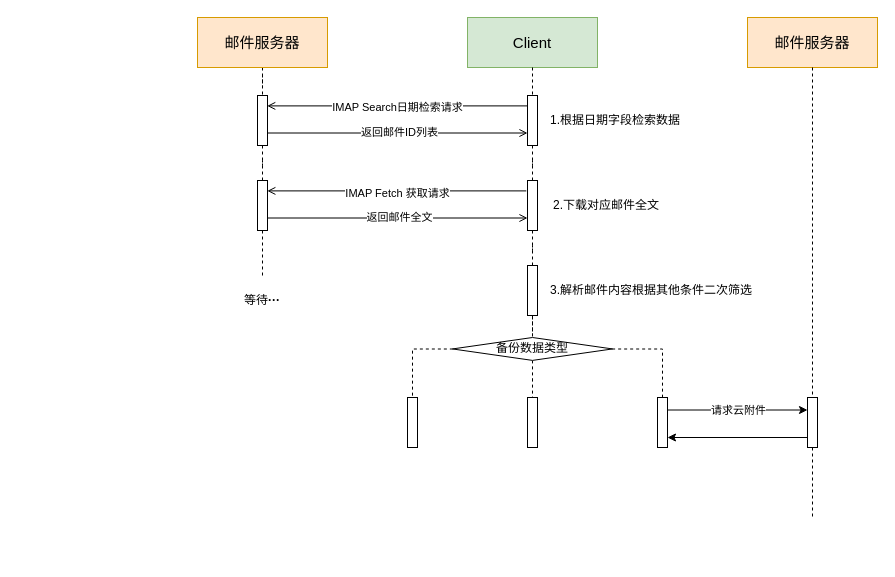
Above: page "第 21 页" (21 of 21) of 架构图1.drawio in GreenTee-color/Documents (draw.io), before the change. Source tidied: cells renumbered, new cells numbered last; positions are measured from the earlier drawing's top-left corner, leaving out a move shared by most shapes. Both pictures are drawn from the tidied source at 100%, with x=0, y=0 at pixel (197, 17).
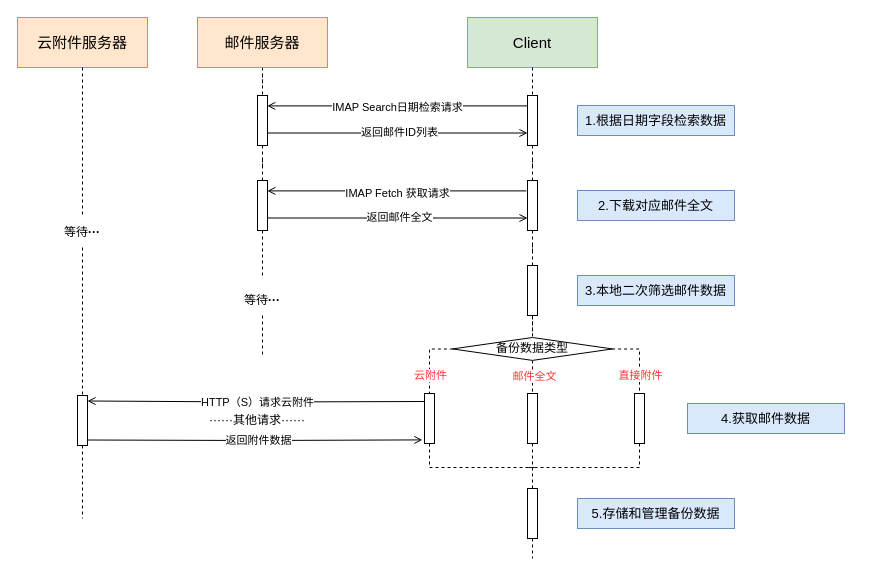
The same diagram, later.

Commit message:
更新架构图1.drawio

The change refers to these unchanged cells:
```xml
<mxCell id="27" value="等待&lt;b&gt;···&lt;/b&gt;" style="text;html=1;align=center;verticalAlign=middle;whiteSpace=wrap;rounded=0;" parent="1" vertex="1">
  <mxGeometry x="40" y="268" width="50" height="30" as="geometry" />
</mxCell>
<mxCell id="28" style="edgeStyle=orthogonalEdgeStyle;rounded=0;jettySize=auto;html=1;entryX=0.5;entryY=0;entryDx=0;entryDy=0;endArrow=none;endFill=0;dashed=1;" parent="1" edge="1" source="31" target="32">
  <mxGeometry relative="1" as="geometry" />
</mxCell>
<mxCell id="29" style="edgeStyle=orthogonalEdgeStyle;rounded=0;jettySize=auto;html=1;entryX=0.5;entryY=0;entryDx=0;entryDy=0;endArrow=none;endFill=0;dashed=1;" parent="1" edge="1" source="31" target="35">
  <mxGeometry relative="1" as="geometry" />
</mxCell>
<mxCell id="30" style="edgeStyle=orthogonalEdgeStyle;rounded=0;jettySize=auto;html=1;entryX=0.5;entryY=0;entryDx=0;entryDy=0;endArrow=none;endFill=0;dashed=1;" parent="1" edge="1" source="31" target="36">
  <mxGeometry relative="1" as="geometry" />
</mxCell>
```

The edit, as a diff of the source:
```diff
@@
-    <mxCell id="12" value="1.根据日期字段&lt;span style=&quot;background-color: initial;&quot;&gt;检索数据&lt;/span&gt;" style="text;html=1;align=left;verticalAlign=middle;whiteSpace=wrap;rounded=0;" parent="1" vertex="1">
-      <mxGeometry x="351" y="88" width="206" height="30" as="geometry" />
+    <mxCell id="12" value="1.根据日期字段&lt;span style=&quot;background-color: initial; font-size: 13px;&quot;&gt;检索数据&lt;/span&gt;" style="text;html=1;align=center;verticalAlign=middle;whiteSpace=wrap;rounded=0;fontSize=13;fillColor=#dae8fc;strokeColor=#6c8ebf;" parent="1" vertex="1">
+      <mxGeometry x="380" y="88" width="157" height="30" as="geometry" />
     </mxCell>
@@
-    <mxCell id="21" value="2.下载对应&lt;span style=&quot;background-color: initial;&quot;&gt;邮件全文&lt;/span&gt;" style="text;html=1;align=left;verticalAlign=middle;whiteSpace=wrap;rounded=0;" parent="1" vertex="1">
-      <mxGeometry x="354" y="173" width="117" height="30" as="geometry" />
+    <mxCell id="21" value="2.下载对应&lt;span style=&quot;background-color: initial; font-size: 13px;&quot;&gt;邮件全文&lt;/span&gt;" style="text;html=1;align=center;verticalAlign=middle;whiteSpace=wrap;rounded=0;fontSize=13;fillColor=#dae8fc;strokeColor=#6c8ebf;" parent="1" vertex="1">
+      <mxGeometry x="380" y="173" width="157" height="30" as="geometry" />
     </mxCell>
-    <mxCell id="22" value="3.解析邮件内容根据其他条件二次筛选" style="text;html=1;align=left;verticalAlign=middle;whiteSpace=wrap;rounded=0;" parent="1" vertex="1">
-      <mxGeometry x="351" y="258" width="226" height="30" as="geometry" />
+    <mxCell id="22" value="3.本地二次筛选邮件数据" style="text;html=1;align=center;verticalAlign=middle;whiteSpace=wrap;rounded=0;fontSize=13;fillColor=#dae8fc;strokeColor=#6c8ebf;" parent="1" vertex="1">
+      <mxGeometry x="380" y="258" width="157" height="30" as="geometry" />
     </mxCell>
@@
+    <mxCell id="42" style="edgeStyle=orthogonalEdgeStyle;rounded=0;jettySize=auto;html=1;dashed=1;endArrow=none;endFill=0;" parent="1" edge="1" source="27">
+      <mxGeometry relative="1" as="geometry">
+        <mxPoint x="65" y="340" as="targetPoint" />
+      </mxGeometry>
+    </mxCell>
@@
+    <mxCell id="43" value="邮件全文" style="edgeLabel;html=1;align=center;verticalAlign=middle;fontColor=#FF3333;" parent="28" vertex="1">
+      <mxGeometry x="0.52" relative="1" as="geometry">
+        <mxPoint x="1" y="-7" as="offset" />
+      </mxGeometry>
+    </mxCell>
@@
+    <mxCell id="44" value="云附件" style="edgeLabel;html=1;align=center;verticalAlign=middle;fontColor=#FF3333;" parent="29" vertex="1">
+      <mxGeometry x="0.36" relative="1" as="geometry">
+        <mxPoint y="3" as="offset" />
+      </mxGeometry>
+    </mxCell>
@@
+    <mxCell id="45" value="直接附件" style="edgeLabel;html=1;align=center;verticalAlign=middle;fontColor=#FF3333;" parent="30" vertex="1">
+      <mxGeometry x="0.43" relative="1" as="geometry">
+        <mxPoint y="2" as="offset" />
+      </mxGeometry>
+    </mxCell>
@@
+    <mxCell id="46" style="edgeStyle=orthogonalEdgeStyle;rounded=0;jettySize=auto;html=1;entryX=0.5;entryY=0;entryDx=0;entryDy=0;endArrow=none;endFill=0;dashed=1;" parent="1" edge="1" source="32" target="51">
+      <mxGeometry relative="1" as="geometry" />
+    </mxCell>
     <mxCell id="32" style="rounded=0;whiteSpace=wrap;html=1;" parent="1" vertex="1">
-      <mxGeometry x="330" y="380" width="10" height="50" as="geometry" />
+      <mxGeometry x="330" y="376" width="10" height="50" as="geometry" />
     </mxCell>
+    <mxCell id="47" style="edgeStyle=orthogonalEdgeStyle;rounded=0;jettySize=auto;html=1;endArrow=none;endFill=0;dashed=1;" parent="1" edge="1" source="35">
+      <mxGeometry relative="1" as="geometry">
+        <mxPoint x="340" y="450" as="targetPoint" />
+        <Array as="points">
+          <mxPoint x="232" y="450" />
+        </Array>
+      </mxGeometry>
+    </mxCell>
+    <mxCell id="35" style="rounded=0;whiteSpace=wrap;html=1;" parent="1" vertex="1">
+      <mxGeometry x="227" y="376" width="10" height="50" as="geometry" />
+    </mxCell>
+    <mxCell id="48" style="edgeStyle=orthogonalEdgeStyle;rounded=0;jettySize=auto;html=1;endArrow=none;endFill=0;dashed=1;" parent="1" edge="1" source="36">
+      <mxGeometry relative="1" as="geometry">
+        <mxPoint x="330" y="450" as="targetPoint" />
+        <Array as="points">
+          <mxPoint x="442" y="450" />
+        </Array>
+      </mxGeometry>
+    </mxCell>
+    <mxCell id="36" style="rounded=0;whiteSpace=wrap;html=1;" parent="1" vertex="1">
+      <mxGeometry x="437" y="376" width="10" height="50" as="geometry" />
+    </mxCell>
+    <mxCell id="40" style="edgeStyle=orthogonalEdgeStyle;rounded=0;orthogonalLoop=1;jettySize=auto;html=1;endArrow=open;endFill=0;exitX=1;exitY=0.75;exitDx=0;exitDy=0;entryX=-0.208;entryY=0.787;entryDx=0;entryDy=0;entryPerimeter=0;" parent="1" edge="1">
+      <mxGeometry relative="1" as="geometry">
+        <mxPoint x="-110" y="422.5" as="sourcePoint" />
+        <mxPoint x="224.9" y="422.4" as="targetPoint" />
+      </mxGeometry>
+    </mxCell>
+    <mxCell id="49" value="返回附件数据" style="edgeLabel;html=1;align=center;verticalAlign=middle;" parent="40" vertex="1">
+      <mxGeometry x="0.24" y="-1" relative="1" as="geometry">
+        <mxPoint x="-37" y="-1" as="offset" />
+      </mxGeometry>
+    </mxCell>
+    <mxCell id="50" style="edgeStyle=orthogonalEdgeStyle;rounded=0;jettySize=auto;html=1;endArrow=none;endFill=0;dashed=1;" parent="1" edge="1" source="51">
+      <mxGeometry relative="1" as="geometry">
+        <mxPoint x="335" y="541" as="targetPoint" />
+      </mxGeometry>
+    </mxCell>
+    <mxCell id="51" style="rounded=0;whiteSpace=wrap;html=1;" parent="1" vertex="1">
+      <mxGeometry x="330" y="471" width="10" height="50" as="geometry" />
+    </mxCell>
+    <mxCell id="52" value="5.存储和管理备份数据" style="text;html=1;align=center;verticalAlign=middle;whiteSpace=wrap;rounded=0;fontSize=13;fillColor=#dae8fc;strokeColor=#6c8ebf;" parent="1" vertex="1">
+      <mxGeometry x="380" y="481" width="157" height="30" as="geometry" />
+    </mxCell>
-    <mxCell id="33" style="edgeStyle=orthogonalEdgeStyle;rounded=0;jettySize=auto;html=1;entryX=0;entryY=0.25;entryDx=0;entryDy=0;" parent="1" edge="1" source="35" target="41">
+    <mxCell id="33" style="edgeStyle=orthogonalEdgeStyle;rounded=0;orthogonalLoop=1;jettySize=auto;html=1;entryX=1;entryY=0.25;entryDx=0;entryDy=0;endArrow=open;endFill=0;exitX=0;exitY=0.3;exitDx=0;exitDy=0;exitPerimeter=0;" parent="1" edge="1">
       <mxGeometry relative="1" as="geometry">
-        <Array as="points">
-          <mxPoint x="540" y="393" />
-        </Array>
+        <mxPoint x="227" y="384" as="sourcePoint" />
+        <mxPoint x="-110" y="383.5" as="targetPoint" />
       </mxGeometry>
     </mxCell>
-    <mxCell id="34" value="请求云附件" style="edgeLabel;html=1;align=center;verticalAlign=middle;" parent="33" vertex="1">
+    <mxCell id="34" value="HTTP（S）请求云附件" style="edgeLabel;html=1;align=center;verticalAlign=middle;" parent="33" vertex="1">
       <mxGeometry x="-0.11" relative="1" as="geometry">
-        <mxPoint x="8" as="offset" />
+        <mxPoint x="-18" as="offset" />
       </mxGeometry>
     </mxCell>
-    <mxCell id="35" style="rounded=0;whiteSpace=wrap;html=1;" parent="1" vertex="1">
-      <mxGeometry x="460" y="380" width="10" height="50" as="geometry" />
-    </mxCell>
-    <mxCell id="36" style="rounded=0;whiteSpace=wrap;html=1;" parent="1" vertex="1">
-      <mxGeometry x="210" y="380" width="10" height="50" as="geometry" />
-    </mxCell>
     <mxCell id="37" style="edgeStyle=orthogonalEdgeStyle;rounded=0;jettySize=auto;html=1;endArrow=none;endFill=0;dashed=1;" parent="1" edge="1" source="41">
       <mxGeometry relative="1" as="geometry">
-        <mxPoint x="615" y="501" as="targetPoint" />
+        <mxPoint x="-115" y="501" as="targetPoint" />
       </mxGeometry>
     </mxCell>
-    <mxCell id="38" value="邮件服务器" style="rounded=0;whiteSpace=wrap;html=1;fontSize=15;fillColor=#ffe6cc;strokeColor=#d79b00;" parent="1" vertex="1">
-      <mxGeometry x="550" width="130" height="50" as="geometry" />
+    <mxCell id="38" value="云附件服务器" style="rounded=0;whiteSpace=wrap;html=1;fontSize=15;fillColor=#ffe6cc;strokeColor=#d79b00;" parent="1" vertex="1">
+      <mxGeometry x="-180" width="130" height="50" as="geometry" />
     </mxCell>
-    <mxCell id="39" style="edgeStyle=orthogonalEdgeStyle;rounded=0;jettySize=auto;html=1;endArrow=none;endFill=0;dashed=1;" parent="1" edge="1" source="38" target="41">
+    <mxCell id="39" style="edgeStyle=orthogonalEdgeStyle;rounded=0;jettySize=auto;html=1;endArrow=none;endFill=0;dashed=1;" parent="1" edge="1" source="53" target="41">
       <mxGeometry relative="1" as="geometry" />
     </mxCell>
-    <mxCell id="40" style="edgeStyle=orthogonalEdgeStyle;rounded=0;jettySize=auto;html=1;" parent="1" edge="1" source="41">
-      <mxGeometry relative="1" as="geometry">
-        <mxPoint x="470" y="420" as="targetPoint" />
-        <Array as="points">
-          <mxPoint x="470" y="420" />
-        </Array>
-      </mxGeometry>
-    </mxCell>
     <mxCell id="41" style="rounded=0;whiteSpace=wrap;html=1;" parent="1" vertex="1">
-      <mxGeometry x="610" y="380" width="10" height="50" as="geometry" />
+      <mxGeometry x="-120" y="378" width="10" height="50" as="geometry" />
     </mxCell>
+    <mxCell id="53" value="等待&lt;b&gt;···&lt;/b&gt;" style="text;html=1;align=center;verticalAlign=middle;whiteSpace=wrap;rounded=0;" parent="1" vertex="1">
+      <mxGeometry x="-140" y="200" width="50" height="30" as="geometry" />
+    </mxCell>
+    <mxCell id="54" style="edgeStyle=orthogonalEdgeStyle;rounded=0;jettySize=auto;html=1;endArrow=none;endFill=0;dashed=1;" parent="1" edge="1" source="38" target="53">
+      <mxGeometry relative="1" as="geometry" />
+    </mxCell>
+    <mxCell id="55" value="4.获取邮件数据" style="text;html=1;align=center;verticalAlign=middle;whiteSpace=wrap;rounded=0;fontSize=13;fillColor=#dae8fc;strokeColor=#6c8ebf;" parent="1" vertex="1">
+      <mxGeometry x="490" y="386" width="157" height="30" as="geometry" />
+    </mxCell>
+    <mxCell id="56" value="&lt;span style=&quot;font-size: 12px;&quot;&gt;&lt;font style=&quot;font-size: 12px;&quot;&gt;·&lt;/font&gt;&lt;/span&gt;&lt;span style=&quot;font-size: 12px;&quot;&gt;···&lt;/span&gt;&lt;span style=&quot;font-size: 12px;&quot;&gt;&lt;font style=&quot;font-size: 12px;&quot;&gt;··其他请求&lt;/font&gt;&lt;/span&gt;&lt;span style=&quot;font-size: 12px;&quot;&gt;···&lt;/span&gt;&lt;span style=&quot;font-size: 12px;&quot;&gt;···&lt;/span&gt;" style="text;html=1;align=center;verticalAlign=middle;whiteSpace=wrap;rounded=0;fontStyle=0;fontSize=12;" parent="1" vertex="1">
+      <mxGeometry x="-60" y="388" width="240" height="30" as="geometry" />
+    </mxCell>
```
